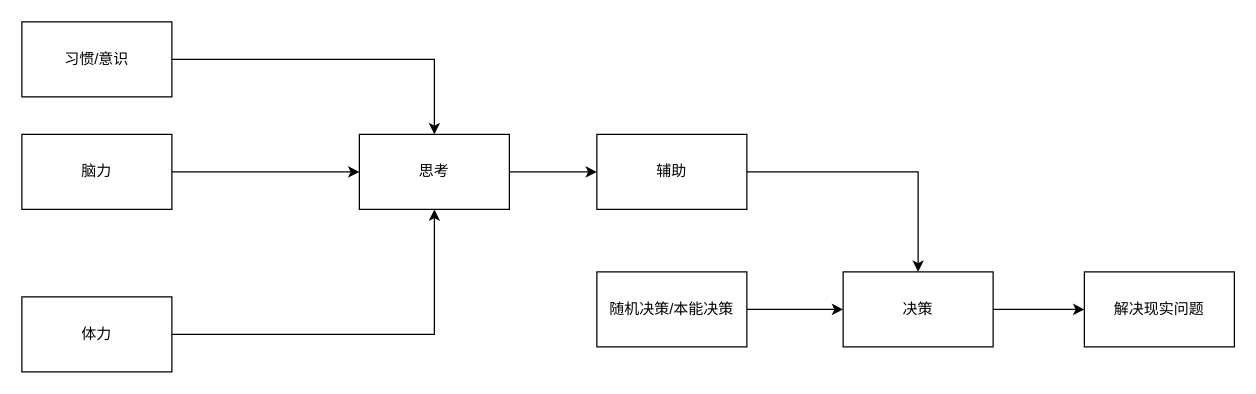
CaptainCCCP/Draw-io-cloud keeps this draw.io diagram as delete.drawio. Above is the earlier version. Source tidied: cells renumbered, new cells numbered last; positions are measured from the earlier drawing's top-left corner, leaving out a move shared by most shapes. Both pictures are drawn from the tidied source at 125%, with x=0, y=0 at pixel (21, 21).
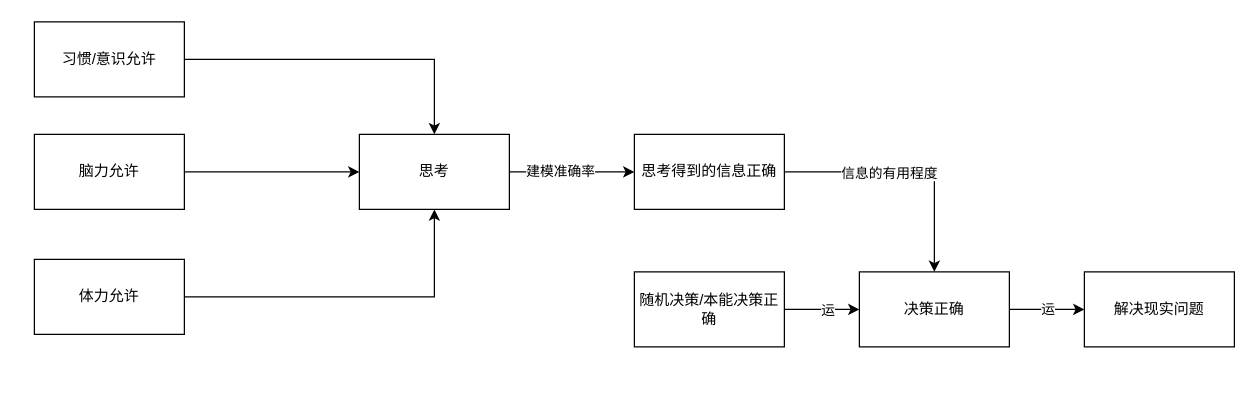
The same diagram, later.

The change refers to these unchanged cells:
```xml
<mxCell id="5" style="edgeStyle=orthogonalEdgeStyle;rounded=0;jettySize=auto;html=1;entryX=0;entryY=0.5;entryDx=0;entryDy=0;" parent="1" edge="1" source="6" target="9">
  <mxGeometry relative="1" as="geometry" />
</mxCell>
<mxCell id="8" style="edgeStyle=orthogonalEdgeStyle;rounded=0;jettySize=auto;html=1;exitX=1;exitY=0.5;exitDx=0;exitDy=0;entryX=0.5;entryY=0;entryDx=0;entryDy=0;" parent="1" edge="1" source="9" target="14">
  <mxGeometry relative="1" as="geometry" />
</mxCell>
<mxCell id="13" style="edgeStyle=orthogonalEdgeStyle;rounded=0;jettySize=auto;html=1;" parent="1" edge="1" source="14" target="7">
  <mxGeometry relative="1" as="geometry" />
</mxCell>
<mxCell id="15" style="edgeStyle=orthogonalEdgeStyle;rounded=0;jettySize=auto;html=1;" parent="1" edge="1" source="16" target="14">
  <mxGeometry relative="1" as="geometry" />
</mxCell>
```

What changed in the source:
```diff
@@
-    <mxCell id="3" value="脑力" style="rounded=0;whiteSpace=wrap;html=1;" parent="1" vertex="1">
-      <mxGeometry y="90" width="120" height="60" as="geometry" />
+    <mxCell id="3" value="脑力允许" style="rounded=0;whiteSpace=wrap;html=1;" parent="1" vertex="1">
+      <mxGeometry x="10" y="90" width="120" height="60" as="geometry" />
     </mxCell>
-    <mxCell id="4" value="体力" style="rounded=0;whiteSpace=wrap;html=1;" parent="1" vertex="1">
-      <mxGeometry y="220" width="120" height="60" as="geometry" />
+    <mxCell id="4" value="体力允许" style="rounded=0;whiteSpace=wrap;html=1;" parent="1" vertex="1">
+      <mxGeometry x="10" y="190" width="120" height="60" as="geometry" />
     </mxCell>
@@
+    <mxCell id="17" value="建模准确率" style="edgeLabel;html=1;align=center;verticalAlign=middle;" parent="5" vertex="1">
+      <mxGeometry x="-0.2" y="1" relative="1" as="geometry" />
+    </mxCell>
@@
+    <mxCell id="18" value="信息的有用程度" style="edgeLabel;html=1;align=center;verticalAlign=middle;" parent="8" vertex="1">
+      <mxGeometry x="-0.17" relative="1" as="geometry" />
+    </mxCell>
-    <mxCell id="9" value="辅助" style="rounded=0;whiteSpace=wrap;html=1;" parent="1" vertex="1">
-      <mxGeometry x="460" y="90" width="120" height="60" as="geometry" />
+    <mxCell id="9" value="思考得到的信息正确" style="rounded=0;whiteSpace=wrap;html=1;" parent="1" vertex="1">
+      <mxGeometry x="490" y="90" width="120" height="60" as="geometry" />
     </mxCell>
@@
-    <mxCell id="12" value="习惯/意识" style="rounded=0;whiteSpace=wrap;html=1;" parent="1" vertex="1">
-      <mxGeometry width="120" height="60" as="geometry" />
+    <mxCell id="12" value="习惯/意识允许" style="rounded=0;whiteSpace=wrap;html=1;" parent="1" vertex="1">
+      <mxGeometry x="10" width="120" height="60" as="geometry" />
     </mxCell>
@@
+    <mxCell id="19" value="运" style="edgeLabel;html=1;align=center;verticalAlign=middle;" parent="13" vertex="1">
+      <mxGeometry x="-0.01" y="1" relative="1" as="geometry" />
+    </mxCell>
-    <mxCell id="14" value="决策" style="rounded=0;whiteSpace=wrap;html=1;" parent="1" vertex="1">
-      <mxGeometry x="657" y="200" width="120" height="60" as="geometry" />
+    <mxCell id="14" value="决策正确" style="rounded=0;whiteSpace=wrap;html=1;" parent="1" vertex="1">
+      <mxGeometry x="670" y="200" width="120" height="60" as="geometry" />
     </mxCell>
@@
+    <mxCell id="20" value="运" style="edgeLabel;html=1;align=center;verticalAlign=middle;" parent="15" vertex="1">
+      <mxGeometry x="-0.25" relative="1" as="geometry">
+        <mxPoint x="11" as="offset" />
+      </mxGeometry>
+    </mxCell>
-    <mxCell id="16" value="随机决策/本能决策" style="rounded=0;whiteSpace=wrap;html=1;" parent="1" vertex="1">
-      <mxGeometry x="460" y="200" width="120" height="60" as="geometry" />
+    <mxCell id="16" value="随机决策/本能决策正确" style="rounded=0;whiteSpace=wrap;html=1;" parent="1" vertex="1">
+      <mxGeometry x="490" y="200" width="120" height="60" as="geometry" />
     </mxCell>
```
